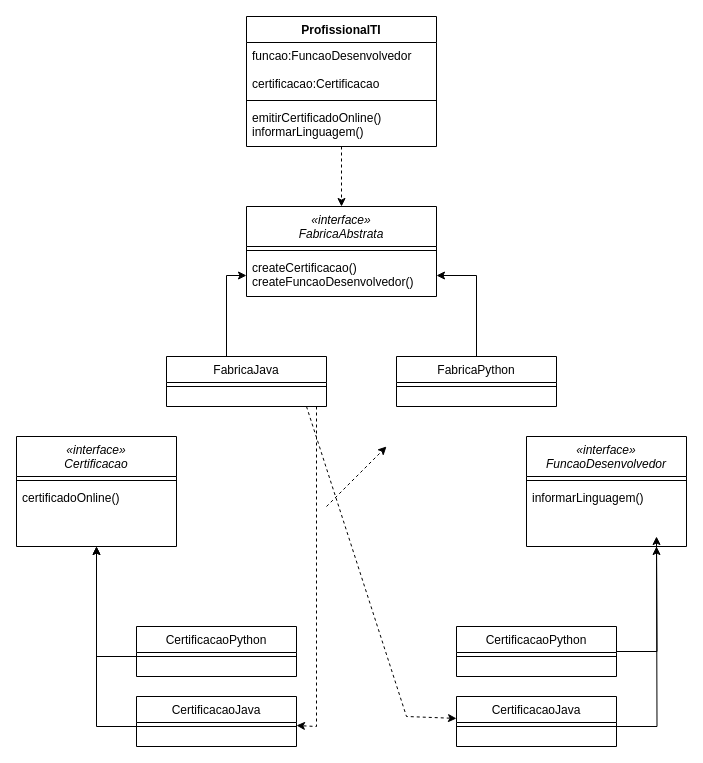
Earlier version of the draw.io diagram Diagrama de classes.drawio (MarcusVsc1/PadraoAbstractFactory). Source tidied: cells renumbered, new cells numbered last; positions are measured from the earlier drawing's top-left corner, leaving out a move shared by most shapes. Both pictures are drawn from the tidied source at 100%, with x=0, y=0 at pixel (16, 16).
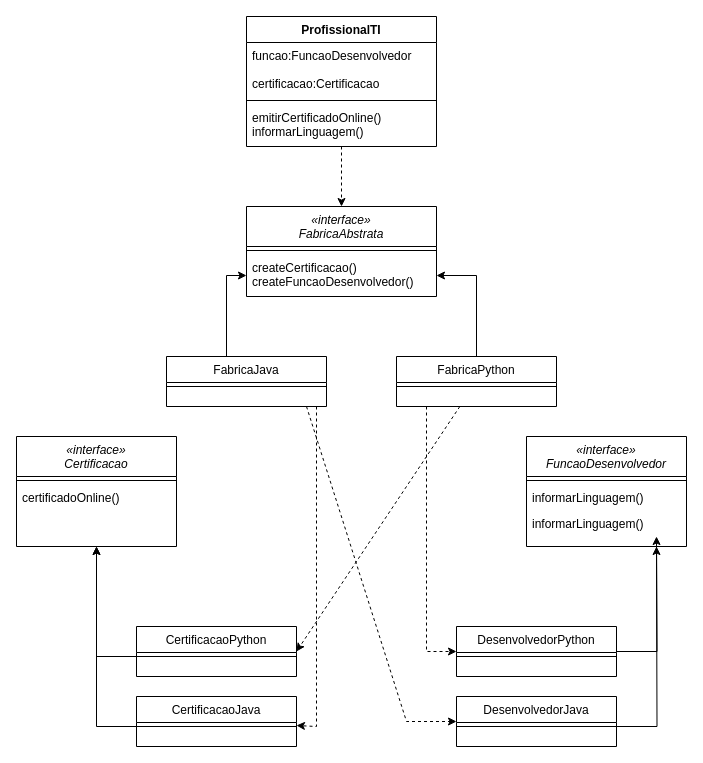
The same diagram, later.

The change refers to these unchanged cells:
```xml
<mxCell id="8" value="CertificacaoPython" style="swimlane;fontStyle=0;align=center;verticalAlign=top;horizontal=1;startSize=26;rounded=0;shadow=0;strokeWidth=1;" parent="1" vertex="1">
  <mxGeometry x="120" y="610" width="160" height="50" as="geometry" />
</mxCell>
<mxCell id="10" value="«interface»&#10;FuncaoDesenvolvedor" style="swimlane;fontStyle=2;align=center;verticalAlign=top;horizontal=1;startSize=40;rounded=0;shadow=0;strokeWidth=1;" parent="1" vertex="1">
  <mxGeometry x="510" y="420" width="160" height="110" as="geometry" />
</mxCell>
<mxCell id="31" value="FabricaPython" style="swimlane;fontStyle=0;align=center;verticalAlign=top;horizontal=1;startSize=26;rounded=0;shadow=0;strokeWidth=1;" parent="1" vertex="1">
  <mxGeometry x="380" y="340" width="160" height="50" as="geometry" />
</mxCell>
```

What changed in the source:
```diff
@@
+    <mxCell id="37" value="informarLinguagem()" style="text;align=left;verticalAlign=top;spacingLeft=4;spacingRight=4;overflow=hidden;" parent="10" vertex="1">
+      <mxGeometry y="48" width="160" height="26" as="geometry" />
+    </mxCell>
     <mxCell id="12" value="informarLinguagem()" style="text;align=left;verticalAlign=top;spacingLeft=4;spacingRight=4;overflow=hidden;" parent="10" vertex="1">
-      <mxGeometry y="48" width="160" height="26" as="geometry" />
+      <mxGeometry y="74" width="160" height="26" as="geometry" />
     </mxCell>
-    <mxCell id="13" value="CertificacaoJava" style="swimlane;fontStyle=0;align=center;verticalAlign=top;horizontal=1;startSize=26;rounded=0;shadow=0;strokeWidth=1;" parent="1" vertex="1">
+    <mxCell id="13" value="DesenvolvedorJava" style="swimlane;fontStyle=0;align=center;verticalAlign=top;horizontal=1;startSize=26;rounded=0;shadow=0;strokeWidth=1;" parent="1" vertex="1">
       <mxGeometry x="440" y="680" width="160" height="50" as="geometry" />
     </mxCell>
@@
-    <mxCell id="20" value="CertificacaoPython" style="swimlane;fontStyle=0;align=center;verticalAlign=top;horizontal=1;startSize=26;rounded=0;shadow=0;strokeWidth=1;" parent="1" vertex="1">
+    <mxCell id="20" value="DesenvolvedorPython" style="swimlane;fontStyle=0;align=center;verticalAlign=top;horizontal=1;startSize=26;rounded=0;shadow=0;strokeWidth=1;" parent="1" vertex="1">
       <mxGeometry x="440" y="610" width="160" height="50" as="geometry" />
     </mxCell>
@@
     <mxCell id="35" style="html=1;labelBackgroundColor=#ffffff;startArrow=none;startFill=0;startSize=6;endArrow=classic;endFill=1;endSize=6;jettySize=auto;strokeWidth=1;dashed=1;fontSize=14;rounded=0;" parent="1" edge="1" target="13">
       <mxGeometry relative="1" as="geometry">
         <mxPoint x="290" y="390" as="sourcePoint" />
         <Array as="points">
-          <mxPoint x="390" y="700" />
+          <mxPoint x="390" y="705" />
         </Array>
       </mxGeometry>
     </mxCell>
-    <mxCell id="36" style="html=1;labelBackgroundColor=#ffffff;startArrow=none;startFill=0;startSize=6;endArrow=classic;endFill=1;endSize=6;jettySize=auto;orthogonalLoop=1;strokeWidth=1;dashed=1;fontSize=14;rounded=0;" parent="1" edge="1">
-      <mxGeometry relative="1" as="geometry">
-        <mxPoint x="310" y="490" as="sourcePoint" />
-        <mxPoint x="370" y="430" as="targetPoint" />
-      </mxGeometry>
+    <mxCell id="36" style="html=1;labelBackgroundColor=#ffffff;startArrow=none;startFill=0;startSize=6;endArrow=classic;endFill=1;endSize=6;jettySize=auto;strokeWidth=1;dashed=1;fontSize=14;rounded=0;entryX=1;entryY=0.5;entryDx=0;entryDy=0;" parent="1" edge="1" source="31" target="8">
+      <mxGeometry relative="1" as="geometry" />
     </mxCell>
+    <mxCell id="38" style="html=1;labelBackgroundColor=#ffffff;startArrow=none;startFill=0;startSize=6;endArrow=classic;endFill=1;endSize=6;jettySize=auto;strokeWidth=1;dashed=1;fontSize=14;rounded=0;entryX=0;entryY=0.5;entryDx=0;entryDy=0;" parent="1" edge="1" target="20">
+      <mxGeometry relative="1" as="geometry">
+        <mxPoint x="410" y="390" as="sourcePoint" />
+        <Array as="points">
+          <mxPoint x="410" y="635" />
+        </Array>
+      </mxGeometry>
+    </mxCell>
```
